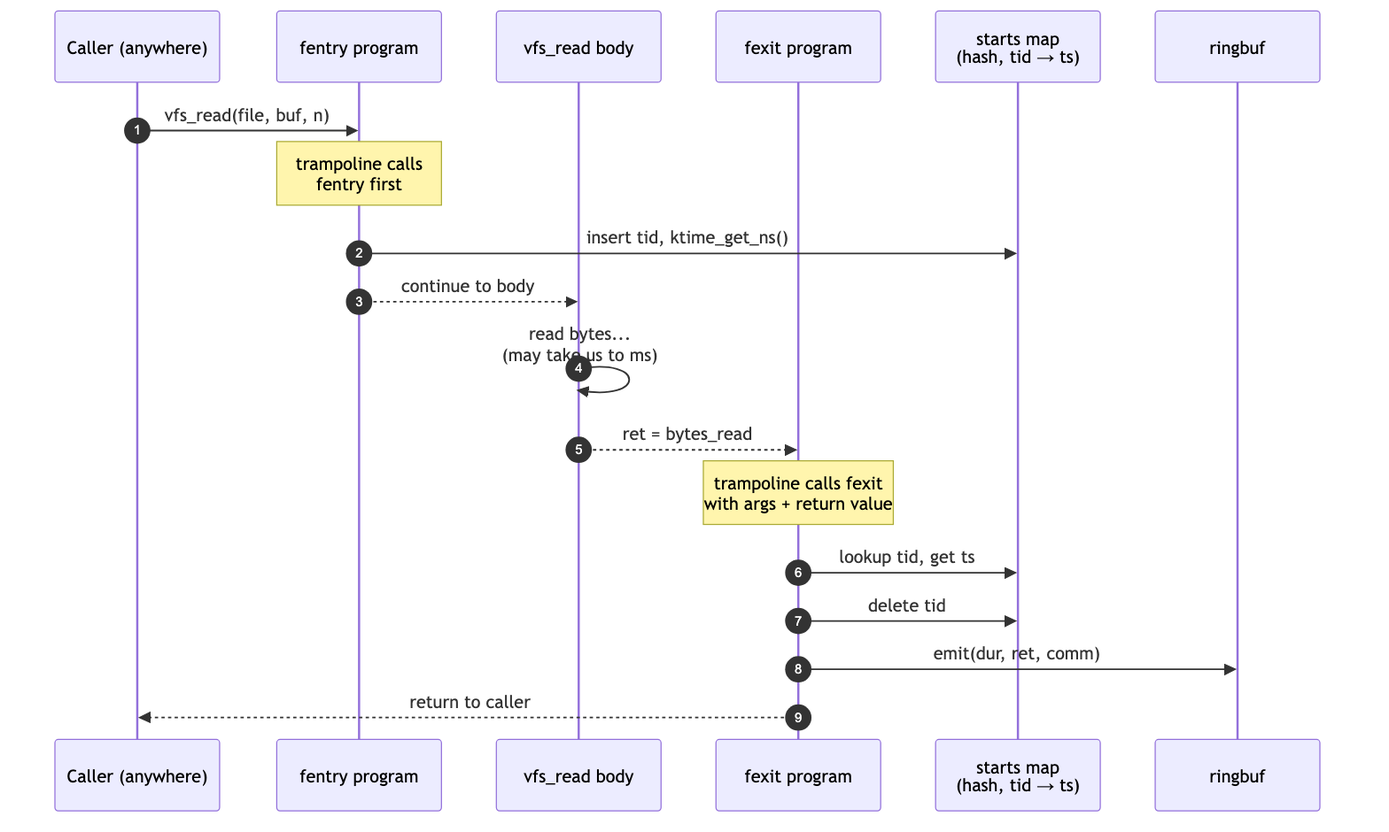
The Mermaid diagram ebpf/src/diagrams/day06_latency_pair.png in biefy/books, before a commit. Its source is kept beside it as ebpf/src/diagrams/src/day06_latency_pair.mmd.
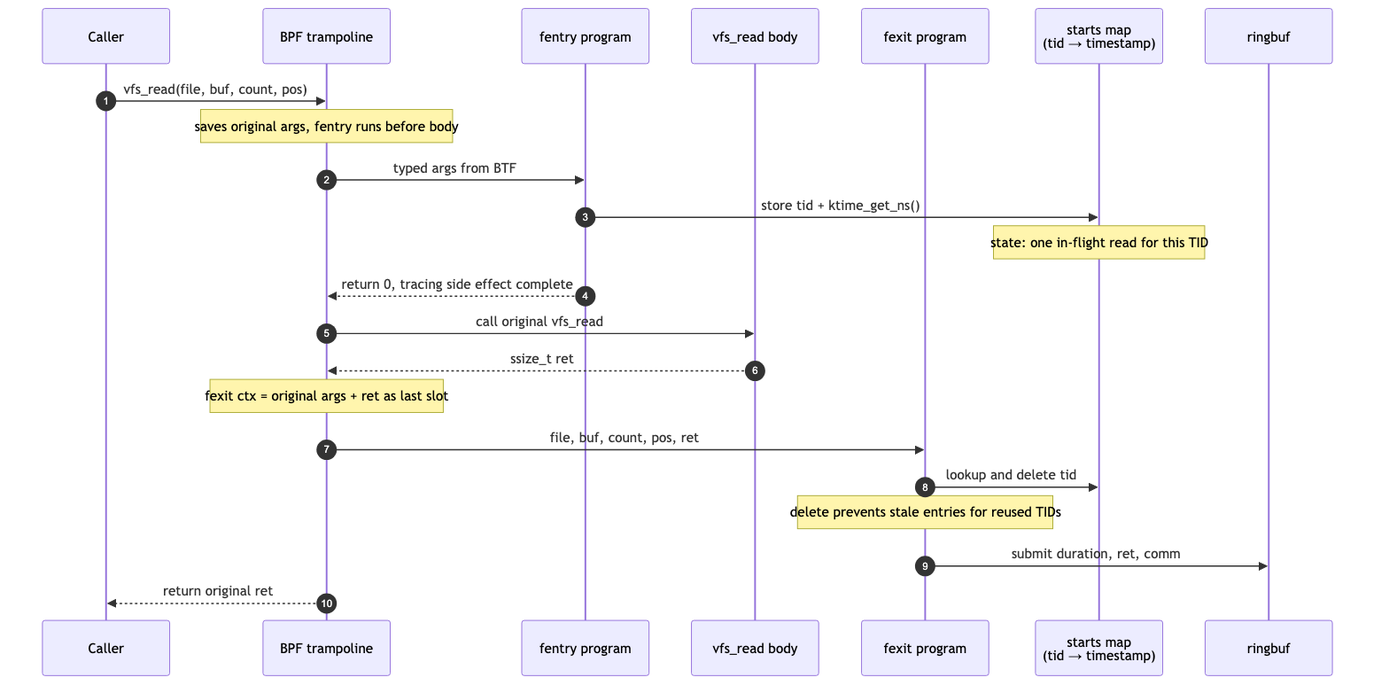
After the change.

The edit, as a diff of the source:
```diff
@@ -1,20 +1,24 @@
 sequenceDiagram
     autonumber
-    participant CALLER as Caller (anywhere)
+    participant CALLER as Caller
+    participant TR as BPF trampoline
     participant ENTRY as fentry program
     participant FN as vfs_read body
     participant EXIT as fexit program
-    participant MAP as starts map<br/>(hash, tid → ts)
+    participant MAP as starts map<br/>(tid → timestamp)
     participant RB as ringbuf
 
-    CALLER->>ENTRY: vfs_read(file, buf, n)
-    Note over ENTRY: trampoline calls<br/>fentry first
-    ENTRY->>MAP: insert tid, ktime_get_ns()
-    ENTRY-->>FN: continue to body
-    FN->>FN: read bytes...<br/>(may take µs to ms)
-    FN-->>EXIT: ret = bytes_read
-    Note over EXIT: trampoline calls fexit<br/>with args + return value
-    EXIT->>MAP: lookup tid, get ts
-    EXIT->>MAP: delete tid
-    EXIT->>RB: emit(dur, ret, comm)
-    EXIT-->>CALLER: return to caller
+    CALLER->>TR: vfs_read(file, buf, count, pos)
+    Note over TR: saves original args, fentry runs before body
+    TR->>ENTRY: typed args from BTF
+    ENTRY->>MAP: store tid + ktime_get_ns()
+    Note over MAP: state: one in-flight read for this TID
+    ENTRY-->>TR: return 0, tracing side effect complete
+    TR->>FN: call original vfs_read
+    FN-->>TR: ssize_t ret
+    Note over TR: fexit ctx = original args + ret as last slot
+    TR->>EXIT: file, buf, count, pos, ret
+    EXIT->>MAP: lookup and delete tid
+    Note over EXIT: delete prevents stale entries for reused TIDs
+    EXIT->>RB: submit duration, ret, comm
+    TR-->>CALLER: return original ret
```
